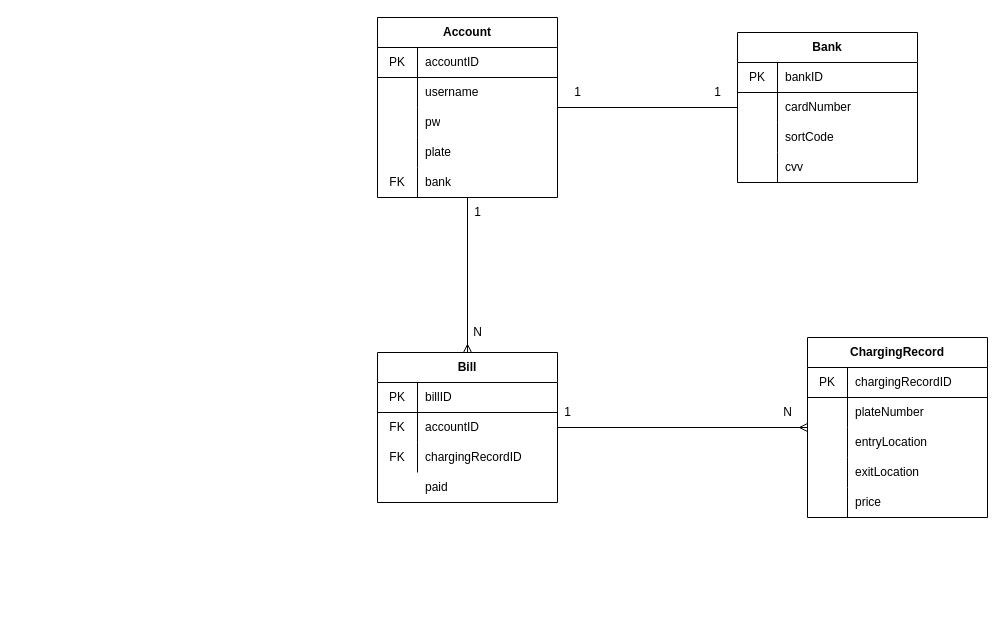
Before: teamFolders/team6/initialDBDiagram.drawio in gallenc/solent6Public, a draw.io diagram. Source tidied: cells renumbered, new cells numbered last; positions are measured from the earlier drawing's top-left corner, leaving out a move shared by most shapes. Both pictures are drawn from the tidied source at 100%, with x=0, y=0 at pixel (377, 17).
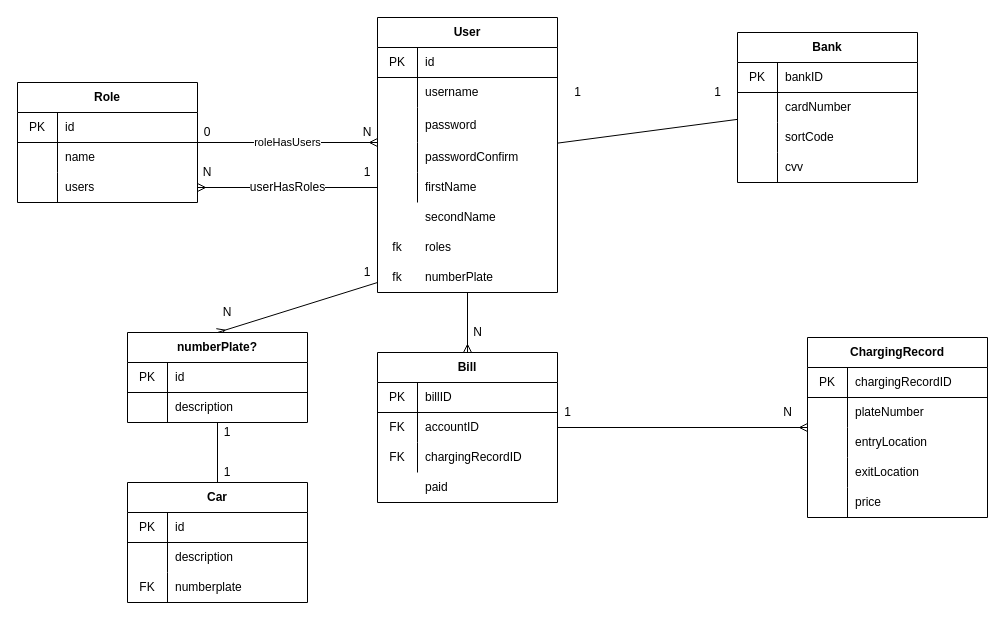
The same page after the edit.

Commit message:
grou 6 - updated database diagram

Unchanged cells that the change refers to:
```xml
<mxCell id="16" style="shape=partialRectangle;html=1;whiteSpace=wrap;fillColor=none;top=0;left=0;bottom=1;right=0;" parent="15" vertex="1">
  <mxGeometry y="30" width="180" height="30" as="geometry" />
</mxCell>
```

Change to the diagram source:
```diff
@@
-    <mxCell id="15" value="Account" style="shape=table;html=1;whiteSpace=wrap;startSize=30;childLayout=tableLayout;rowLines=0;fontStyle=1;align=center;" parent="1" vertex="1">
-      <mxGeometry width="180" height="180" as="geometry" />
+    <mxCell id="15" value="User" style="shape=table;html=1;whiteSpace=wrap;startSize=30;childLayout=tableLayout;rowLines=0;fontStyle=1;align=center;" parent="1" vertex="1">
+      <mxGeometry width="180" height="275" as="geometry" />
     </mxCell>
@@
-    <mxCell id="18" value="accountID" style="shape=partialRectangle;html=1;whiteSpace=wrap;fillColor=none;top=0;left=0;bottom=0;right=0;align=left;spacingLeft=6;overflow=hidden;" parent="16" vertex="1">
+    <mxCell id="18" value="id" style="shape=partialRectangle;html=1;whiteSpace=wrap;fillColor=none;top=0;left=0;bottom=0;right=0;align=left;spacingLeft=6;overflow=hidden;" parent="16" vertex="1">
       <mxGeometry x="40" width="140" height="30" as="geometry" />
     </mxCell>
@@
     <mxCell id="22" style="shape=partialRectangle;html=1;whiteSpace=wrap;fillColor=none;top=0;left=0;bottom=0;right=0;" parent="15" vertex="1">
-      <mxGeometry y="90" width="180" height="30" as="geometry" />
+      <mxGeometry y="90" width="180" height="35" as="geometry" />
     </mxCell>
     <mxCell id="23" style="shape=partialRectangle;html=1;whiteSpace=wrap;fillColor=none;top=0;left=0;bottom=0;right=0;overflow=hidden;" parent="22" vertex="1">
-      <mxGeometry width="40" height="30" as="geometry" />
+      <mxGeometry width="40" height="35" as="geometry" />
     </mxCell>
-    <mxCell id="24" value="pw" style="shape=partialRectangle;html=1;whiteSpace=wrap;fillColor=none;top=0;left=0;bottom=0;right=0;align=left;spacingLeft=6;overflow=hidden;" parent="22" vertex="1">
-      <mxGeometry x="40" width="140" height="30" as="geometry" />
+    <mxCell id="24" value="password" style="shape=partialRectangle;html=1;whiteSpace=wrap;fillColor=none;top=0;left=0;bottom=0;right=0;align=left;spacingLeft=6;overflow=hidden;" parent="22" vertex="1">
+      <mxGeometry x="40" width="140" height="35" as="geometry" />
     </mxCell>
     <mxCell id="25" style="shape=partialRectangle;html=1;whiteSpace=wrap;fillColor=none;top=0;left=0;bottom=0;right=0;" parent="15" vertex="1">
-      <mxGeometry y="120" width="180" height="30" as="geometry" />
+      <mxGeometry y="125" width="180" height="30" as="geometry" />
     </mxCell>
@@
-    <mxCell id="27" value="plate" style="shape=partialRectangle;html=1;whiteSpace=wrap;fillColor=none;top=0;left=0;bottom=0;right=0;align=left;spacingLeft=6;overflow=hidden;" parent="25" vertex="1">
+    <mxCell id="27" value="passwordConfirm" style="shape=partialRectangle;html=1;whiteSpace=wrap;fillColor=none;top=0;left=0;bottom=0;right=0;align=left;spacingLeft=6;overflow=hidden;" parent="25" vertex="1">
       <mxGeometry x="40" width="140" height="30" as="geometry" />
     </mxCell>
     <mxCell id="28" style="shape=partialRectangle;html=1;whiteSpace=wrap;fillColor=none;top=0;left=0;bottom=0;right=0;points=[[0,0.5],[1,0.5]];portConstraint=eastwest;" parent="15" vertex="1">
-      <mxGeometry y="150" width="180" height="30" as="geometry" />
+      <mxGeometry y="155" width="180" height="30" as="geometry" />
     </mxCell>
-    <mxCell id="29" value="FK" style="shape=partialRectangle;html=1;whiteSpace=wrap;fillColor=none;top=0;left=0;bottom=0;right=0;overflow=hidden;" parent="28" vertex="1">
+    <mxCell id="29" style="shape=partialRectangle;html=1;whiteSpace=wrap;fillColor=none;top=0;left=0;bottom=0;right=0;overflow=hidden;" parent="28" vertex="1">
       <mxGeometry width="40" height="30" as="geometry" />
     </mxCell>
-    <mxCell id="30" value="bank" style="shape=partialRectangle;html=1;whiteSpace=wrap;fillColor=none;top=0;left=0;bottom=0;right=0;align=left;spacingLeft=6;overflow=hidden;" parent="28" vertex="1">
+    <mxCell id="30" value="firstName" style="shape=partialRectangle;html=1;whiteSpace=wrap;fillColor=none;top=0;left=0;bottom=0;right=0;align=left;spacingLeft=6;overflow=hidden;" parent="28" vertex="1">
       <mxGeometry x="40" width="140" height="30" as="geometry" />
     </mxCell>
@@
-    <mxCell id="43" value="1" style="text;html=1;align=center;verticalAlign=middle;" parent="1" vertex="1">
-      <mxGeometry x="90" y="185" width="20" height="20" as="geometry" />
-    </mxCell>
@@
+    <mxCell id="67" style="shape=partialRectangle;html=1;whiteSpace=wrap;fillColor=none;top=0;left=0;bottom=0;right=0;" parent="1" vertex="1">
+      <mxGeometry y="185" width="180" height="30" as="geometry" />
+    </mxCell>
+    <mxCell id="68" value="secondName" style="shape=partialRectangle;html=1;whiteSpace=wrap;fillColor=none;top=0;left=0;bottom=0;right=0;align=left;spacingLeft=6;overflow=hidden;" parent="67" vertex="1">
+      <mxGeometry x="40" width="140" height="30" as="geometry" />
+    </mxCell>
+    <mxCell id="69" value="roles" style="shape=partialRectangle;html=1;whiteSpace=wrap;fillColor=none;top=0;left=0;bottom=0;right=0;align=left;spacingLeft=6;overflow=hidden;" parent="1" vertex="1">
+      <mxGeometry x="40" y="215" width="140" height="30" as="geometry" />
+    </mxCell>
+    <mxCell id="70" value="roleHasUsers" style="rounded=0;jettySize=auto;html=1;endArrow=none;endFill=0;startArrow=ERmany;startFill=0;exitX=0.75;exitY=1;exitDx=0;exitDy=0;" parent="1" edge="1" source="84" target="71">
+      <mxGeometry relative="1" as="geometry" />
+    </mxCell>
+    <mxCell id="71" value="Role" style="shape=table;html=1;whiteSpace=wrap;startSize=30;childLayout=tableLayout;rowLines=0;fontStyle=1;align=center;" parent="1" vertex="1">
+      <mxGeometry x="-360" y="65" width="180" height="120" as="geometry" />
+    </mxCell>
+    <mxCell id="72" style="shape=partialRectangle;html=1;whiteSpace=wrap;fillColor=none;top=0;left=0;bottom=1;right=0;" parent="71" vertex="1">
+      <mxGeometry y="30" width="180" height="30" as="geometry" />
+    </mxCell>
+    <mxCell id="73" value="PK" style="shape=partialRectangle;html=1;whiteSpace=wrap;fillColor=none;top=0;left=0;bottom=0;right=0;overflow=hidden;" parent="72" vertex="1">
+      <mxGeometry width="40" height="30" as="geometry" />
+    </mxCell>
+    <mxCell id="74" value="id" style="shape=partialRectangle;html=1;whiteSpace=wrap;fillColor=none;top=0;left=0;bottom=0;right=0;align=left;spacingLeft=6;overflow=hidden;" parent="72" vertex="1">
+      <mxGeometry x="40" width="140" height="30" as="geometry" />
+    </mxCell>
+    <mxCell id="75" style="shape=partialRectangle;html=1;whiteSpace=wrap;fillColor=none;top=0;left=0;bottom=0;right=0;" parent="71" vertex="1">
+      <mxGeometry y="60" width="180" height="30" as="geometry" />
+    </mxCell>
+    <mxCell id="76" style="shape=partialRectangle;html=1;whiteSpace=wrap;fillColor=none;top=0;left=0;bottom=0;right=0;overflow=hidden;" parent="75" vertex="1">
+      <mxGeometry width="40" height="30" as="geometry" />
+    </mxCell>
+    <mxCell id="77" value="name" style="shape=partialRectangle;html=1;whiteSpace=wrap;fillColor=none;top=0;left=0;bottom=0;right=0;align=left;spacingLeft=6;overflow=hidden;" parent="75" vertex="1">
+      <mxGeometry x="40" width="140" height="30" as="geometry" />
+    </mxCell>
+    <mxCell id="78" style="shape=partialRectangle;html=1;whiteSpace=wrap;fillColor=none;top=0;left=0;bottom=0;right=0;points=[[0,0.5],[1,0.5]];portConstraint=eastwest;" parent="71" vertex="1">
+      <mxGeometry y="90" width="180" height="30" as="geometry" />
+    </mxCell>
+    <mxCell id="79" style="shape=partialRectangle;html=1;whiteSpace=wrap;fillColor=none;top=0;left=0;bottom=0;right=0;overflow=hidden;" parent="78" vertex="1">
+      <mxGeometry width="40" height="30" as="geometry" />
+    </mxCell>
+    <mxCell id="80" value="users" style="shape=partialRectangle;html=1;whiteSpace=wrap;fillColor=none;top=0;left=0;bottom=0;right=0;align=left;spacingLeft=6;overflow=hidden;" parent="78" vertex="1">
+      <mxGeometry x="40" width="140" height="30" as="geometry" />
+    </mxCell>
+    <mxCell id="81" value="1" style="text;html=1;strokeColor=none;fillColor=none;align=center;verticalAlign=middle;whiteSpace=wrap;rounded=0;" parent="1" vertex="1">
+      <mxGeometry x="-30" y="145" width="40" height="20" as="geometry" />
+    </mxCell>
+    <mxCell id="82" value="N" style="text;html=1;strokeColor=none;fillColor=none;align=center;verticalAlign=middle;whiteSpace=wrap;rounded=0;" parent="1" vertex="1">
+      <mxGeometry x="-190" y="145" width="40" height="20" as="geometry" />
+    </mxCell>
+    <mxCell id="83" value="userHasRoles" style="fontSize=12;html=1;endArrow=ERmany;exitX=0;exitY=0.5;exitDx=0;exitDy=0;entryX=1;entryY=0.5;entryDx=0;entryDy=0;" parent="1" edge="1" source="28" target="78">
+      <mxGeometry relative="1" as="geometry" />
+    </mxCell>
+    <mxCell id="84" value="N" style="text;html=1;strokeColor=none;fillColor=none;align=center;verticalAlign=middle;whiteSpace=wrap;rounded=0;" parent="1" vertex="1">
+      <mxGeometry x="-30" y="105" width="40" height="20" as="geometry" />
+    </mxCell>
+    <mxCell id="85" value="0" style="text;html=1;strokeColor=none;fillColor=none;align=center;verticalAlign=middle;whiteSpace=wrap;rounded=0;" parent="1" vertex="1">
+      <mxGeometry x="-190" y="105" width="40" height="20" as="geometry" />
+    </mxCell>
+    <mxCell id="86" value="numberPlate" style="shape=partialRectangle;html=1;whiteSpace=wrap;fillColor=none;top=0;left=0;bottom=0;right=0;align=left;spacingLeft=6;overflow=hidden;" parent="1" vertex="1">
+      <mxGeometry x="40" y="245" width="140" height="30" as="geometry" />
+    </mxCell>
+    <mxCell id="87" value="fk" style="shape=partialRectangle;html=1;whiteSpace=wrap;fillColor=none;top=0;left=0;bottom=0;right=0;overflow=hidden;" parent="1" vertex="1">
+      <mxGeometry y="215" width="40" height="30" as="geometry" />
+    </mxCell>
+    <mxCell id="88" value="fk" style="shape=partialRectangle;html=1;whiteSpace=wrap;fillColor=none;top=0;left=0;bottom=0;right=0;overflow=hidden;" parent="1" vertex="1">
+      <mxGeometry y="245" width="40" height="30" as="geometry" />
+    </mxCell>
+    <mxCell id="89" style="edgeStyle=none;rounded=0;jettySize=auto;html=1;entryX=0.5;entryY=0;entryDx=0;entryDy=0;startArrow=ERmany;startFill=0;endArrow=none;endFill=0;exitX=0.5;exitY=0;exitDx=0;exitDy=0;" parent="1" edge="1" source="101">
+      <mxGeometry relative="1" as="geometry">
+        <mxPoint y="265" as="targetPoint" />
+      </mxGeometry>
+    </mxCell>
+    <mxCell id="90" value="Car" style="shape=table;html=1;whiteSpace=wrap;startSize=30;childLayout=tableLayout;rowLines=0;fontStyle=1;align=center;" parent="1" vertex="1">
+      <mxGeometry x="-250" y="465" width="180" height="120" as="geometry" />
+    </mxCell>
+    <mxCell id="91" style="shape=partialRectangle;html=1;whiteSpace=wrap;fillColor=none;top=0;left=0;bottom=1;right=0;" parent="90" vertex="1">
+      <mxGeometry y="30" width="180" height="30" as="geometry" />
+    </mxCell>
+    <mxCell id="92" value="PK" style="shape=partialRectangle;html=1;whiteSpace=wrap;fillColor=none;top=0;left=0;bottom=0;right=0;overflow=hidden;" parent="91" vertex="1">
+      <mxGeometry width="40" height="30" as="geometry" />
+    </mxCell>
+    <mxCell id="93" value="id" style="shape=partialRectangle;html=1;whiteSpace=wrap;fillColor=none;top=0;left=0;bottom=0;right=0;align=left;spacingLeft=6;overflow=hidden;" parent="91" vertex="1">
+      <mxGeometry x="40" width="140" height="30" as="geometry" />
+    </mxCell>
+    <mxCell id="94" style="shape=partialRectangle;html=1;whiteSpace=wrap;fillColor=none;top=0;left=0;bottom=0;right=0;" parent="90" vertex="1">
+      <mxGeometry y="60" width="180" height="30" as="geometry" />
+    </mxCell>
+    <mxCell id="95" style="shape=partialRectangle;html=1;whiteSpace=wrap;fillColor=none;top=0;left=0;bottom=0;right=0;overflow=hidden;" parent="94" vertex="1">
+      <mxGeometry width="40" height="30" as="geometry" />
+    </mxCell>
+    <mxCell id="96" value="description" style="shape=partialRectangle;html=1;whiteSpace=wrap;fillColor=none;top=0;left=0;bottom=0;right=0;align=left;spacingLeft=6;overflow=hidden;" parent="94" vertex="1">
+      <mxGeometry x="40" width="140" height="30" as="geometry" />
+    </mxCell>
+    <mxCell id="97" style="shape=partialRectangle;html=1;whiteSpace=wrap;fillColor=none;top=0;left=0;bottom=0;right=0;" parent="90" vertex="1">
+      <mxGeometry y="90" width="180" height="30" as="geometry" />
+    </mxCell>
+    <mxCell id="98" style="shape=partialRectangle;html=1;whiteSpace=wrap;fillColor=none;top=0;left=0;bottom=0;right=0;overflow=hidden;" parent="97" vertex="1">
+      <mxGeometry width="40" height="30" as="geometry" />
+    </mxCell>
+    <mxCell id="99" value="numberplate" style="shape=partialRectangle;html=1;whiteSpace=wrap;fillColor=none;top=0;left=0;bottom=0;right=0;align=left;spacingLeft=6;overflow=hidden;" parent="97" vertex="1">
+      <mxGeometry x="40" width="140" height="30" as="geometry" />
+    </mxCell>
+    <mxCell id="100" style="edgeStyle=none;rounded=0;jettySize=auto;html=1;startArrow=none;startFill=0;endArrow=none;endFill=0;" parent="1" edge="1" source="101" target="90">
+      <mxGeometry relative="1" as="geometry" />
+    </mxCell>
+    <mxCell id="101" value="numberPlate?" style="shape=table;html=1;whiteSpace=wrap;startSize=30;childLayout=tableLayout;rowLines=0;fontStyle=1;align=center;" parent="1" vertex="1">
+      <mxGeometry x="-250" y="315" width="180" height="90" as="geometry" />
+    </mxCell>
+    <mxCell id="102" style="shape=partialRectangle;html=1;whiteSpace=wrap;fillColor=none;top=0;left=0;bottom=1;right=0;" parent="101" vertex="1">
+      <mxGeometry y="30" width="180" height="30" as="geometry" />
+    </mxCell>
+    <mxCell id="103" value="PK" style="shape=partialRectangle;html=1;whiteSpace=wrap;fillColor=none;top=0;left=0;bottom=0;right=0;overflow=hidden;" parent="102" vertex="1">
+      <mxGeometry width="40" height="30" as="geometry" />
+    </mxCell>
+    <mxCell id="104" value="id" style="shape=partialRectangle;html=1;whiteSpace=wrap;fillColor=none;top=0;left=0;bottom=0;right=0;align=left;spacingLeft=6;overflow=hidden;" parent="102" vertex="1">
+      <mxGeometry x="40" width="140" height="30" as="geometry" />
+    </mxCell>
+    <mxCell id="105" style="shape=partialRectangle;html=1;whiteSpace=wrap;fillColor=none;top=0;left=0;bottom=0;right=0;" parent="101" vertex="1">
+      <mxGeometry y="60" width="180" height="30" as="geometry" />
+    </mxCell>
+    <mxCell id="106" style="shape=partialRectangle;html=1;whiteSpace=wrap;fillColor=none;top=0;left=0;bottom=0;right=0;overflow=hidden;" parent="105" vertex="1">
+      <mxGeometry width="40" height="30" as="geometry" />
+    </mxCell>
+    <mxCell id="107" value="description" style="shape=partialRectangle;html=1;whiteSpace=wrap;fillColor=none;top=0;left=0;bottom=0;right=0;align=left;spacingLeft=6;overflow=hidden;" parent="105" vertex="1">
+      <mxGeometry x="40" width="140" height="30" as="geometry" />
+    </mxCell>
+    <mxCell id="108" value="FK" style="shape=partialRectangle;html=1;whiteSpace=wrap;fillColor=none;top=0;left=0;bottom=0;right=0;overflow=hidden;" parent="1" vertex="1">
+      <mxGeometry x="-250" y="555" width="40" height="30" as="geometry" />
+    </mxCell>
+    <mxCell id="109" value="1" style="text;html=1;strokeColor=none;fillColor=none;align=center;verticalAlign=middle;whiteSpace=wrap;rounded=0;" parent="1" vertex="1">
+      <mxGeometry x="-30" y="245" width="40" height="20" as="geometry" />
+    </mxCell>
+    <mxCell id="110" value="N" style="text;html=1;strokeColor=none;fillColor=none;align=center;verticalAlign=middle;whiteSpace=wrap;rounded=0;" parent="1" vertex="1">
+      <mxGeometry x="-170" y="285" width="40" height="20" as="geometry" />
+    </mxCell>
+    <mxCell id="111" value="1" style="text;html=1;strokeColor=none;fillColor=none;align=center;verticalAlign=middle;whiteSpace=wrap;rounded=0;" parent="1" vertex="1">
+      <mxGeometry x="-170" y="445" width="40" height="20" as="geometry" />
+    </mxCell>
+    <mxCell id="112" value="1" style="text;html=1;strokeColor=none;fillColor=none;align=center;verticalAlign=middle;whiteSpace=wrap;rounded=0;" parent="1" vertex="1">
+      <mxGeometry x="-170" y="405" width="40" height="20" as="geometry" />
+    </mxCell>
```
